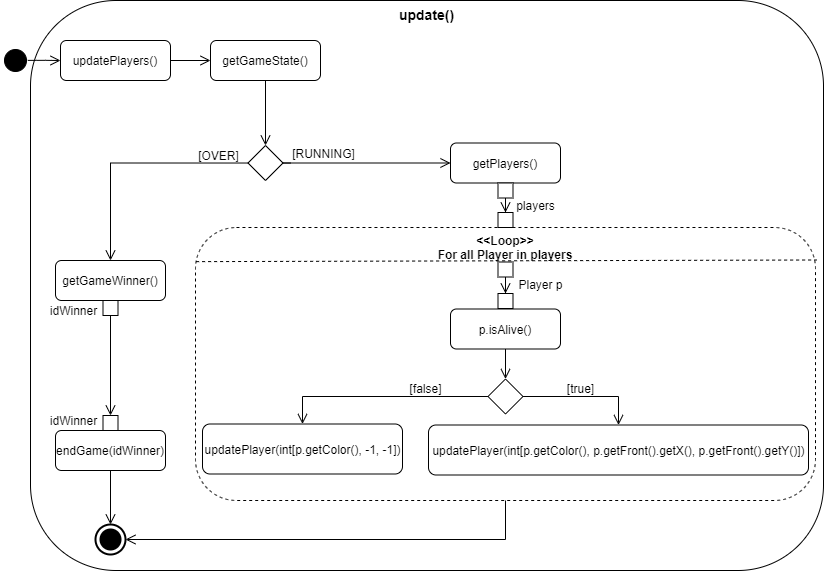
This is Doku/images/AD_update.png from KjellooMelloo/gameoftrons, a draw.io export, as it was before one commit. Source tidied: cells renumbered, new cells last; positions are measured from the earlier drawing's top-left corner, leaving out a move shared by most shapes.
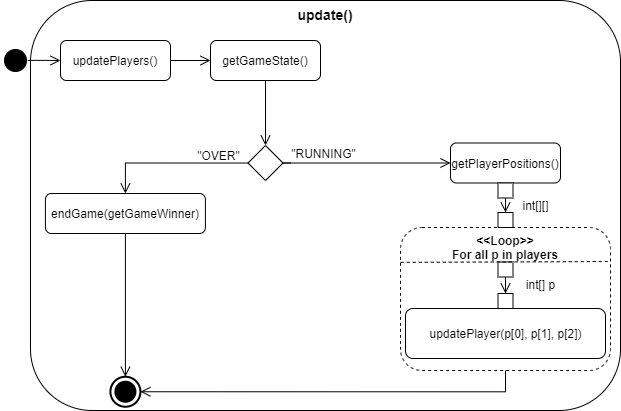
The same file after the commit.

Diff of the diagram source:
```diff
@@ -3,138 +3,93 @@
     <mxCell id="0" />
     <mxCell id="1" parent="0" />
     <mxCell id="2" value="&lt;b&gt;&lt;font style=&quot;font-size: 14px&quot;&gt;update()&lt;/font&gt;&lt;/b&gt;" style="rounded=1;whiteSpace=wrap;html=1;align=center;verticalAlign=top;" parent="1" vertex="1">
-      <mxGeometry x="30" width="793" height="570" as="geometry" />
+      <mxGeometry x="-797" y="10" width="590" height="410" as="geometry" />
     </mxCell>
-    <mxCell id="3" value="&lt;b&gt;&amp;lt;&amp;lt;Loop&amp;gt;&amp;gt;&lt;br&gt;For all Player in players&lt;br&gt;&lt;/b&gt;" style="shape=ext;rounded=1;html=1;whiteSpace=wrap;dashed=1;verticalAlign=top;align=center;" parent="1" vertex="1">
-      <mxGeometry x="195" y="227" width="620" height="273" as="geometry" />
+    <mxCell id="3" value="&lt;b&gt;&amp;lt;&amp;lt;Loop&amp;gt;&amp;gt;&lt;br&gt;For all p in players&lt;br&gt;&lt;/b&gt;" style="shape=ext;rounded=1;html=1;whiteSpace=wrap;dashed=1;verticalAlign=top;align=center;" parent="1" vertex="1">
+      <mxGeometry x="-427" y="237" width="210" height="143" as="geometry" />
     </mxCell>
     <mxCell id="4" style="edgeStyle=orthogonalEdgeStyle;rounded=0;jettySize=auto;html=1;endArrow=open;endFill=0;endSize=8;" parent="1" edge="1" source="5" target="7">
       <mxGeometry relative="1" as="geometry" />
     </mxCell>
     <mxCell id="5" value="updatePlayers()" style="shape=rect;html=1;rounded=1;whiteSpace=wrap;align=center;" parent="1" vertex="1">
-      <mxGeometry x="60" y="40" width="110" height="40" as="geometry" />
+      <mxGeometry x="-767" y="50" width="110" height="40" as="geometry" />
     </mxCell>
     <mxCell id="6" style="edgeStyle=orthogonalEdgeStyle;rounded=0;jettySize=auto;html=1;entryX=0.5;entryY=0;entryDx=0;entryDy=0;endArrow=open;endFill=0;endSize=8;strokeColor=#000000;" parent="1" edge="1" source="7" target="12">
       <mxGeometry relative="1" as="geometry" />
     </mxCell>
     <mxCell id="7" value="getGameState()" style="shape=rect;html=1;rounded=1;whiteSpace=wrap;align=center;" parent="1" vertex="1">
-      <mxGeometry x="210" y="40" width="110" height="40" as="geometry" />
+      <mxGeometry x="-617" y="50" width="110" height="40" as="geometry" />
     </mxCell>
     <mxCell id="8" style="ellipse;html=1;shape=startState;fillColor=#000000;strokeColor=#000000;align=center;" parent="1" vertex="1">
-      <mxGeometry y="45" width="30" height="30" as="geometry" />
+      <mxGeometry x="-827" y="55" width="30" height="30" as="geometry" />
     </mxCell>
     <mxCell id="9" style="edgeStyle=orthogonalEdgeStyle;html=1;verticalAlign=bottom;endArrow=open;endSize=8;strokeColor=#000000;entryX=0;entryY=0.5;entryDx=0;entryDy=0;exitX=0.909;exitY=0.496;exitDx=0;exitDy=0;exitPerimeter=0;" parent="1" edge="1" source="8" target="5">
       <mxGeometry relative="1" as="geometry" />
     </mxCell>
-    <mxCell id="10" style="edgeStyle=orthogonalEdgeStyle;rounded=0;jettySize=auto;html=1;entryX=0.5;entryY=0;entryDx=0;entryDy=0;endArrow=open;endFill=0;endSize=8;strokeColor=#000000;" parent="1" edge="1" target="14">
+    <mxCell id="10" style="edgeStyle=orthogonalEdgeStyle;rounded=0;jettySize=auto;html=1;entryX=0.5;entryY=0;entryDx=0;entryDy=0;endArrow=open;endFill=0;endSize=8;strokeColor=#000000;" parent="1" edge="1" target="26">
       <mxGeometry relative="1" as="geometry">
-        <mxPoint x="290" y="162.5" as="sourcePoint" />
+        <mxPoint x="-537" y="172.5" as="sourcePoint" />
       </mxGeometry>
     </mxCell>
-    <mxCell id="11" style="edgeStyle=orthogonalEdgeStyle;rounded=0;jettySize=auto;html=1;entryX=0;entryY=0.5;entryDx=0;entryDy=0;endArrow=open;endFill=0;endSize=8;strokeColor=#000000;" parent="1" edge="1" source="12" target="16">
+    <mxCell id="11" style="edgeStyle=orthogonalEdgeStyle;rounded=0;jettySize=auto;html=1;entryX=0;entryY=0.5;entryDx=0;entryDy=0;endArrow=open;endFill=0;endSize=8;strokeColor=#000000;" parent="1" edge="1" source="12" target="14">
       <mxGeometry relative="1" as="geometry" />
     </mxCell>
     <mxCell id="12" style="rhombus;whiteSpace=wrap;html=1;strokeColor=#000000;align=center;" parent="1" vertex="1">
-      <mxGeometry x="247.5" y="145" width="35" height="35" as="geometry" />
+      <mxGeometry x="-579.5" y="155" width="35" height="35" as="geometry" />
     </mxCell>
-    <mxCell id="13" style="edgeStyle=orthogonalEdgeStyle;rounded=0;jettySize=auto;html=1;endArrow=open;endFill=0;endSize=8;strokeColor=#000000;exitX=0.5;exitY=1;exitDx=0;exitDy=0;entryX=0.5;entryY=0;entryDx=0;entryDy=0;" parent="1" edge="1" source="27" target="29">
-      <mxGeometry relative="1" as="geometry" />
+    <mxCell id="13" value="&quot;OVER&quot;" style="text;html=1;align=center;verticalAlign=middle;" parent="1" vertex="1">
+      <mxGeometry x="-639.5" y="155" width="60" height="20" as="geometry" />
     </mxCell>
-    <mxCell id="14" value="getGameWinner()" style="shape=rect;html=1;rounded=1;whiteSpace=wrap;align=center;" parent="1" vertex="1">
-      <mxGeometry x="55" y="260" width="110" height="40" as="geometry" />
+    <mxCell id="14" value="getPlayerPositions()" style="shape=rect;html=1;rounded=1;whiteSpace=wrap;align=center;" parent="1" vertex="1">
+      <mxGeometry x="-377" y="152.5" width="110" height="40" as="geometry" />
     </mxCell>
-    <mxCell id="15" value="[OVER]" style="text;html=1;align=center;verticalAlign=middle;" parent="1" vertex="1">
-      <mxGeometry x="187.5" y="145" width="60" height="20" as="geometry" />
+    <mxCell id="15" value="&quot;RUNNING&quot;" style="text;html=1;align=center;verticalAlign=middle;" parent="1" vertex="1">
+      <mxGeometry x="-544.5" y="152.5" width="80" height="20" as="geometry" />
     </mxCell>
-    <mxCell id="16" value="getPlayers()" style="shape=rect;html=1;rounded=1;whiteSpace=wrap;align=center;" parent="1" vertex="1">
-      <mxGeometry x="450" y="142.5" width="110" height="40" as="geometry" />
+    <mxCell id="16" value="updatePlayer(p[0], p[1], p[2])" style="html=1;dashed=0;whitespace=wrap;strokeColor=#000000;align=center;rounded=1;" parent="1" vertex="1">
+      <mxGeometry x="-422" y="318" width="200" height="50" as="geometry" />
     </mxCell>
-    <mxCell id="17" style="edgeStyle=orthogonalEdgeStyle;rounded=0;jettySize=auto;html=1;endArrow=open;endFill=0;endSize=8;strokeColor=#000000;" parent="1" edge="1" source="18">
-      <mxGeometry relative="1" as="geometry">
-        <mxPoint x="505" y="378.5" as="targetPoint" />
-      </mxGeometry>
+    <mxCell id="17" style="edgeStyle=orthogonalEdgeStyle;rounded=0;jettySize=auto;html=1;endArrow=open;endFill=0;endSize=8;strokeColor=#000000;exitX=0.5;exitY=1;exitDx=0;exitDy=0;" parent="1" edge="1" source="18" target="19">
+      <mxGeometry relative="1" as="geometry" />
     </mxCell>
-    <mxCell id="18" value="p.isAlive()" style="shape=rect;html=1;rounded=1;whiteSpace=wrap;align=center;" parent="1" vertex="1">
-      <mxGeometry x="450" y="308.5" width="110" height="40" as="geometry" />
+    <mxCell id="18" style="rounded=0;whiteSpace=wrap;html=1;strokeColor=#000000;align=center;" parent="1" vertex="1">
+      <mxGeometry x="-329.5" y="192.5" width="15" height="15" as="geometry" />
     </mxCell>
-    <mxCell id="19" value="[RUNNING]" style="text;html=1;align=center;verticalAlign=middle;points=[];" parent="1" vertex="1">
-      <mxGeometry x="282.5" y="142.5" width="80" height="20" as="geometry" />
+    <mxCell id="19" style="rounded=0;whiteSpace=wrap;html=1;strokeColor=#000000;align=center;" parent="1" vertex="1">
+      <mxGeometry x="-329.5" y="222" width="15" height="15" as="geometry" />
     </mxCell>
-    <mxCell id="20" style="edgeStyle=orthogonalEdgeStyle;rounded=0;jettySize=auto;html=1;entryX=0.5;entryY=0;entryDx=0;entryDy=0;endArrow=open;endFill=0;endSize=8;strokeColor=#000000;" parent="1" edge="1" source="22" target="23">
-      <mxGeometry relative="1" as="geometry" />
+    <mxCell id="20" value="int[][]" style="text;html=1;align=center;verticalAlign=middle;" parent="1" vertex="1">
+      <mxGeometry x="-312" y="205" width="40" height="20" as="geometry" />
     </mxCell>
-    <mxCell id="21" style="edgeStyle=orthogonalEdgeStyle;rounded=0;jettySize=auto;html=1;entryX=0.5;entryY=0;entryDx=0;entryDy=0;endArrow=open;endFill=0;endSize=8;strokeColor=#000000;" parent="1" edge="1" source="22" target="25">
-      <mxGeometry relative="1" as="geometry">
-        <Array as="points">
-          <mxPoint x="618" y="395.5" />
-        </Array>
-      </mxGeometry>
+    <mxCell id="21" style="edgeStyle=orthogonalEdgeStyle;rounded=0;jettySize=auto;html=1;endArrow=open;endFill=0;endSize=8;strokeColor=#000000;" parent="1" edge="1" source="22" target="23">
+      <mxGeometry relative="1" as="geometry" />
     </mxCell>
-    <mxCell id="22" style="rhombus;whiteSpace=wrap;html=1;strokeColor=#000000;align=center;" parent="1" vertex="1">
-      <mxGeometry x="487.5" y="378.5" width="35" height="35" as="geometry" />
+    <mxCell id="22" style="rounded=0;whiteSpace=wrap;html=1;strokeColor=#000000;align=center;" parent="1" vertex="1">
+      <mxGeometry x="-329.5" y="271.5" width="15" height="15" as="geometry" />
     </mxCell>
-    <mxCell id="23" value="updatePlayer(int[p.getColor(), -1, -1])" style="html=1;dashed=0;whitespace=wrap;strokeColor=#000000;align=center;rounded=1;" parent="1" vertex="1">
-      <mxGeometry x="202" y="423.5" width="200" height="50" as="geometry" />
+    <mxCell id="23" style="rounded=0;whiteSpace=wrap;html=1;strokeColor=#000000;align=center;" parent="1" vertex="1">
+      <mxGeometry x="-329.5" y="303" width="15" height="15" as="geometry" />
     </mxCell>
-    <mxCell id="24" value="[false]" style="text;html=1;align=center;verticalAlign=middle;" parent="1" vertex="1">
-      <mxGeometry x="400" y="378" width="50" height="20" as="geometry" />
+    <mxCell id="24" value="int[] p" style="text;html=1;align=center;verticalAlign=middle;" parent="1" vertex="1">
+      <mxGeometry x="-307" y="284" width="40" height="20" as="geometry" />
     </mxCell>
-    <mxCell id="25" value="updatePlayer(int[p.getColor(), p.getFront().getX(), p.getFront().getY()])" style="html=1;dashed=0;whitespace=wrap;strokeColor=#000000;align=center;rounded=1;" parent="1" vertex="1">
-      <mxGeometry x="428" y="424.5" width="380" height="50" as="geometry" />
+    <mxCell id="25" style="edgeStyle=orthogonalEdgeStyle;rounded=0;jettySize=auto;html=1;entryX=0.5;entryY=0;entryDx=0;entryDy=0;entryPerimeter=0;endArrow=open;endFill=0;endSize=8;" parent="1" edge="1" source="26" target="28">
+      <mxGeometry relative="1" as="geometry" />
     </mxCell>
-    <mxCell id="26" value="[true]" style="text;html=1;align=center;verticalAlign=middle;points=[];" parent="1" vertex="1">
-      <mxGeometry x="560" y="378" width="40" height="20" as="geometry" />
+    <mxCell id="26" value="endGame(getGameWinner)" style="shape=rect;html=1;rounded=1;whiteSpace=wrap;align=center;" parent="1" vertex="1">
+      <mxGeometry x="-782.1" y="203" width="160" height="40" as="geometry" />
     </mxCell>
-    <mxCell id="27" style="rounded=0;whiteSpace=wrap;html=1;strokeColor=#000000;align=center;" parent="1" vertex="1">
-      <mxGeometry x="102.5" y="300" width="15" height="15" as="geometry" />
+    <mxCell id="27" style="edgeStyle=orthogonalEdgeStyle;rounded=0;jettySize=auto;html=1;entryX=1;entryY=0.5;entryDx=0;entryDy=0;exitX=0.5;exitY=1;exitDx=0;exitDy=0;entryPerimeter=0;endArrow=open;endFill=0;endSize=8;" parent="1" edge="1" source="3" target="28">
+      <mxGeometry relative="1" as="geometry" />
     </mxCell>
-    <mxCell id="28" value="idWinner" style="text;html=1;align=center;verticalAlign=middle;points=[];" parent="1" vertex="1">
-      <mxGeometry x="42.5" y="300" width="60" height="20" as="geometry" />
+    <mxCell id="28" style="html=1;shape=mxgraph.sysml.actFinal;strokeWidth=2;verticalLabelPosition=bottom;verticalAlignment=top;align=center;" parent="1" vertex="1">
+      <mxGeometry x="-717.1" y="386.2" width="30" height="30" as="geometry" />
     </mxCell>
-    <mxCell id="29" style="rounded=0;whiteSpace=wrap;html=1;strokeColor=#000000;align=center;" parent="1" vertex="1">
-      <mxGeometry x="102.5" y="415" width="15" height="15" as="geometry" />
+    <mxCell id="29" style="endArrow=none;dashed=1;html=1;exitX=0.001;exitY=0.125;exitDx=0;exitDy=0;exitPerimeter=0;entryX=1.002;entryY=0.119;entryDx=0;entryDy=0;entryPerimeter=0;" parent="1" edge="1">
+      <mxGeometry relative="1" as="geometry">
+        <mxPoint x="-426.8" y="271.9" as="sourcePoint" />
+        <mxPoint x="-216.6" y="271" as="targetPoint" />
+      </mxGeometry>
     </mxCell>
-    <mxCell id="30" value="idWinner" style="text;html=1;align=center;verticalAlign=middle;" parent="1" vertex="1">
-      <mxGeometry x="42.5" y="410" width="60" height="20" as="geometry" />
-    </mxCell>
-    <mxCell id="31" style="edgeStyle=orthogonalEdgeStyle;rounded=0;jettySize=auto;html=1;endArrow=open;endFill=0;endSize=8;strokeColor=#000000;exitX=0.5;exitY=1;exitDx=0;exitDy=0;" parent="1" edge="1" source="32" target="33">
-      <mxGeometry relative="1" as="geometry" />
-    </mxCell>
-    <mxCell id="32" style="rounded=0;whiteSpace=wrap;html=1;strokeColor=#000000;align=center;" parent="1" vertex="1">
-      <mxGeometry x="497.5" y="182.5" width="15" height="15" as="geometry" />
-    </mxCell>
-    <mxCell id="33" style="rounded=0;whiteSpace=wrap;html=1;strokeColor=#000000;align=center;" parent="1" vertex="1">
-      <mxGeometry x="497.5" y="212" width="15" height="15" as="geometry" />
-    </mxCell>
-    <mxCell id="34" value="players" style="text;html=1;align=center;verticalAlign=middle;" parent="1" vertex="1">
-      <mxGeometry x="510" y="195" width="50" height="20" as="geometry" />
-    </mxCell>
-    <mxCell id="35" style="edgeStyle=orthogonalEdgeStyle;rounded=0;jettySize=auto;html=1;endArrow=open;endFill=0;endSize=8;strokeColor=#000000;" parent="1" edge="1" source="36" target="37">
-      <mxGeometry relative="1" as="geometry" />
-    </mxCell>
-    <mxCell id="36" style="rounded=0;whiteSpace=wrap;html=1;strokeColor=#000000;align=center;" parent="1" vertex="1">
-      <mxGeometry x="497.5" y="261.5" width="15" height="15" as="geometry" />
-    </mxCell>
-    <mxCell id="37" style="rounded=0;whiteSpace=wrap;html=1;strokeColor=#000000;align=center;" parent="1" vertex="1">
-      <mxGeometry x="497.5" y="293" width="15" height="15" as="geometry" />
-    </mxCell>
-    <mxCell id="38" value="Player p" style="text;html=1;align=center;verticalAlign=middle;" parent="1" vertex="1">
-      <mxGeometry x="510" y="274" width="60" height="20" as="geometry" />
-    </mxCell>
-    <mxCell id="39" style="edgeStyle=orthogonalEdgeStyle;rounded=0;jettySize=auto;html=1;entryX=0.5;entryY=0;entryDx=0;entryDy=0;entryPerimeter=0;endArrow=open;endFill=0;endSize=8;" parent="1" edge="1" source="40" target="42">
-      <mxGeometry relative="1" as="geometry" />
-    </mxCell>
-    <mxCell id="40" value="endGame(idWinner)" style="shape=rect;html=1;rounded=1;whiteSpace=wrap;align=center;" parent="1" vertex="1">
-      <mxGeometry x="55" y="430" width="110" height="40" as="geometry" />
-    </mxCell>
-    <mxCell id="41" style="edgeStyle=orthogonalEdgeStyle;rounded=0;jettySize=auto;html=1;entryX=1;entryY=0.5;entryDx=0;entryDy=0;exitX=0.5;exitY=1;exitDx=0;exitDy=0;entryPerimeter=0;endArrow=open;endFill=0;endSize=8;" parent="1" edge="1" source="3" target="42">
-      <mxGeometry relative="1" as="geometry" />
-    </mxCell>
-    <mxCell id="42" style="html=1;shape=mxgraph.sysml.actFinal;strokeWidth=2;verticalLabelPosition=bottom;verticalAlignment=top;align=center;" parent="1" vertex="1">
-      <mxGeometry x="95" y="524" width="30" height="30" as="geometry" />
-    </mxCell>
-    <mxCell id="43" style="endArrow=none;dashed=1;html=1;exitX=0.001;exitY=0.125;exitDx=0;exitDy=0;exitPerimeter=0;entryX=1.002;entryY=0.119;entryDx=0;entryDy=0;entryPerimeter=0;" parent="1" edge="1" source="3" target="3">
-      <mxGeometry relative="1" as="geometry" />
-    </mxCell>
   </root>
 </mxGraphModel>
```
